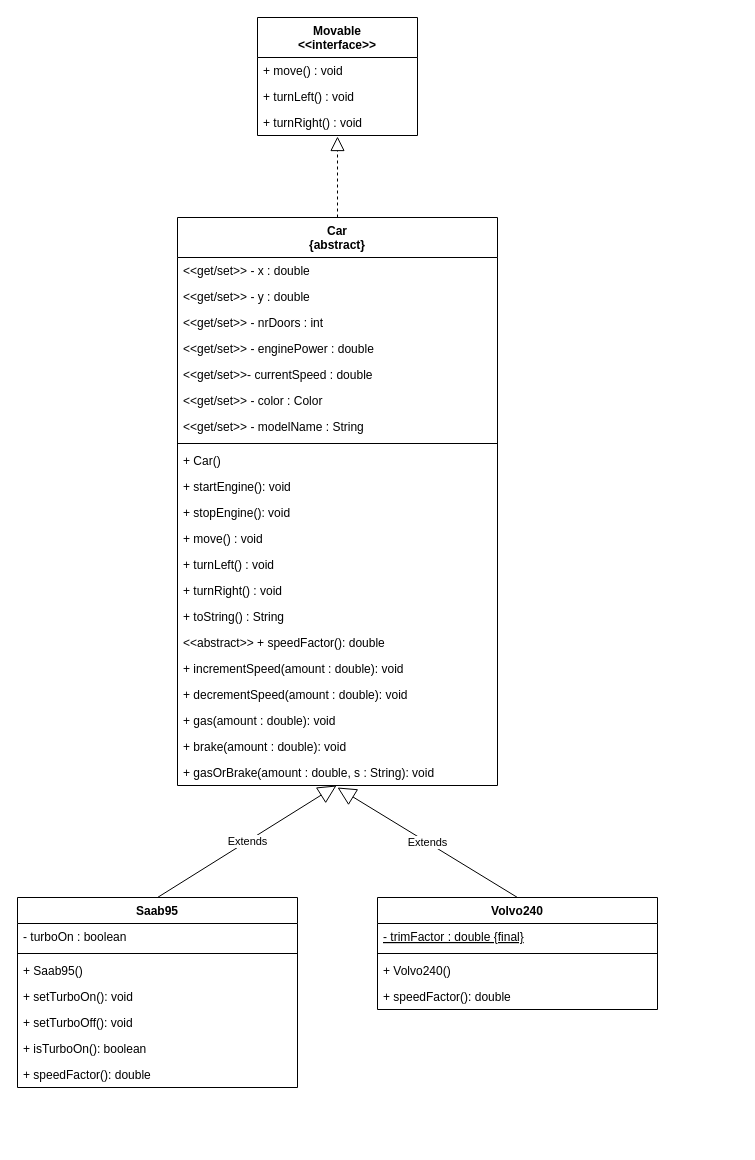
EugeneDvoryankov/DIT953-lab1 keeps this draw.io diagram as Diagram.3.drawio. Above is the earlier version. Source tidied: cells renumbered, new cells numbered last; positions are measured from the earlier drawing's top-left corner, leaving out a move shared by most shapes. Both pictures are drawn from the tidied source at 100%, with x=0, y=0 at pixel (17, 17).
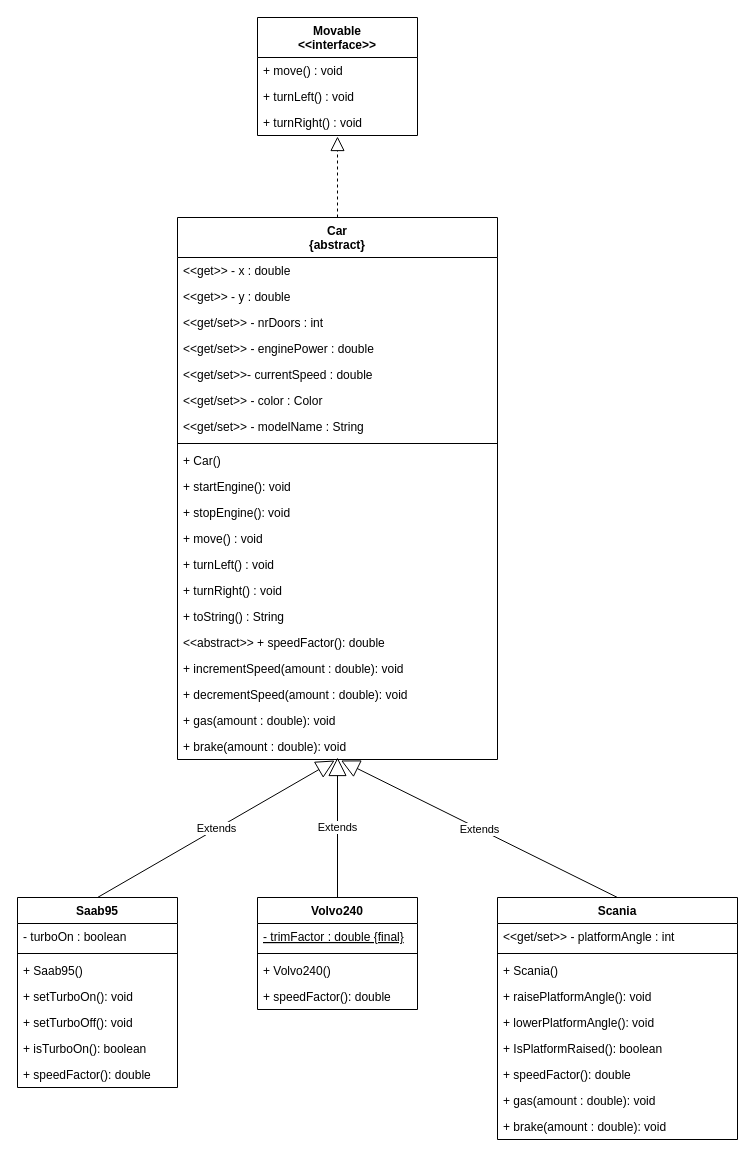
Above is the later version.

Commit message:
Create Diagram for Lab1b

Unchanged cells that the change refers to:
```xml
<mxCell id="26" value="+ brake(amount : double): void" style="text;strokeColor=none;fillColor=none;align=left;verticalAlign=top;spacingLeft=4;spacingRight=4;overflow=hidden;points=[[0,0.5],[1,0.5]];portConstraint=eastwest;" parent="6" vertex="1">
  <mxGeometry y="516" width="320" height="26" as="geometry" />
</mxCell>
```

The edit, as a diff of the source:
```diff
@@
     <mxCell id="6" value="Car&#10;{abstract}&#10;" style="swimlane;fontStyle=1;align=center;verticalAlign=top;horizontal=1;startSize=40;" parent="1" vertex="1">
-      <mxGeometry x="160" y="200" width="320" height="568" as="geometry" />
+      <mxGeometry x="160" y="200" width="320" height="542" as="geometry" />
     </mxCell>
-    <mxCell id="7" value="&lt;&lt;get/set&gt;&gt; - x : double" style="text;strokeColor=none;fillColor=none;align=left;verticalAlign=top;spacingLeft=4;spacingRight=4;overflow=hidden;" parent="6" vertex="1">
+    <mxCell id="7" value="&lt;&lt;get&gt;&gt; - x : double" style="text;strokeColor=none;fillColor=none;align=left;verticalAlign=top;spacingLeft=4;spacingRight=4;overflow=hidden;" parent="6" vertex="1">
       <mxGeometry y="40" width="320" height="26" as="geometry" />
     </mxCell>
-    <mxCell id="8" value="&lt;&lt;get/set&gt;&gt; - y : double" style="text;strokeColor=none;fillColor=none;align=left;verticalAlign=top;spacingLeft=4;spacingRight=4;overflow=hidden;" parent="6" vertex="1">
+    <mxCell id="8" value="&lt;&lt;get&gt;&gt; - y : double" style="text;strokeColor=none;fillColor=none;align=left;verticalAlign=top;spacingLeft=4;spacingRight=4;overflow=hidden;" parent="6" vertex="1">
       <mxGeometry y="66" width="320" height="26" as="geometry" />
     </mxCell>
@@
-    <mxCell id="27" value="+ gasOrBrake(amount : double, s : String): void" style="text;strokeColor=none;fillColor=none;align=left;verticalAlign=top;spacingLeft=4;spacingRight=4;overflow=hidden;points=[[0,0.5],[1,0.5]];portConstraint=eastwest;" parent="6" vertex="1">
-      <mxGeometry y="542" width="320" height="26" as="geometry" />
-    </mxCell>
@@
     <mxCell id="29" value="Saab95" style="swimlane;fontStyle=1;align=center;verticalAlign=top;horizontal=1;startSize=26;" parent="1" vertex="1">
-      <mxGeometry y="880" width="280" height="190" as="geometry" />
+      <mxGeometry y="880" width="160" height="190" as="geometry" />
     </mxCell>
     <mxCell id="30" value="- turboOn : boolean" style="text;strokeColor=none;fillColor=none;align=left;verticalAlign=top;spacingLeft=4;spacingRight=4;overflow=hidden;fontStyle=0;" parent="29" vertex="1">
-      <mxGeometry y="26" width="280" height="26" as="geometry" />
+      <mxGeometry y="26" width="160" height="26" as="geometry" />
     </mxCell>
     <mxCell id="31" style="line;strokeWidth=1;fillColor=none;align=left;verticalAlign=middle;spacingTop=-1;spacingLeft=3;spacingRight=3;labelPosition=right;" parent="29" vertex="1">
-      <mxGeometry y="52" width="280" height="8" as="geometry" />
+      <mxGeometry y="52" width="160" height="8" as="geometry" />
     </mxCell>
     <mxCell id="32" value="+ Saab95()" style="text;strokeColor=none;fillColor=none;align=left;verticalAlign=top;spacingLeft=4;spacingRight=4;overflow=hidden;" parent="29" vertex="1">
-      <mxGeometry y="60" width="280" height="26" as="geometry" />
+      <mxGeometry y="60" width="160" height="26" as="geometry" />
     </mxCell>
     <mxCell id="33" value="+ setTurboOn(): void" style="text;strokeColor=none;fillColor=none;align=left;verticalAlign=top;spacingLeft=4;spacingRight=4;overflow=hidden;" parent="29" vertex="1">
-      <mxGeometry y="86" width="280" height="26" as="geometry" />
+      <mxGeometry y="86" width="160" height="26" as="geometry" />
     </mxCell>
     <mxCell id="34" value="+ setTurboOff(): void" style="text;strokeColor=none;fillColor=none;align=left;verticalAlign=top;spacingLeft=4;spacingRight=4;overflow=hidden;" parent="29" vertex="1">
-      <mxGeometry y="112" width="280" height="26" as="geometry" />
+      <mxGeometry y="112" width="160" height="26" as="geometry" />
     </mxCell>
     <mxCell id="35" value="+ isTurboOn(): boolean" style="text;strokeColor=none;fillColor=none;align=left;verticalAlign=top;spacingLeft=4;spacingRight=4;overflow=hidden;" parent="29" vertex="1">
-      <mxGeometry y="138" width="280" height="26" as="geometry" />
+      <mxGeometry y="138" width="160" height="26" as="geometry" />
     </mxCell>
     <mxCell id="36" value="+ speedFactor(): double" style="text;strokeColor=none;fillColor=none;align=left;verticalAlign=top;spacingLeft=4;spacingRight=4;overflow=hidden;" parent="29" vertex="1">
-      <mxGeometry y="164" width="280" height="26" as="geometry" />
+      <mxGeometry y="164" width="160" height="26" as="geometry" />
     </mxCell>
     <mxCell id="37" value="Volvo240" style="swimlane;fontStyle=1;align=center;verticalAlign=top;horizontal=1;startSize=26;" parent="1" vertex="1">
-      <mxGeometry x="360" y="880" width="280" height="112" as="geometry" />
+      <mxGeometry x="240" y="880" width="160" height="112" as="geometry" />
     </mxCell>
     <mxCell id="38" value="- trimFactor : double {final}" style="text;strokeColor=none;fillColor=none;align=left;verticalAlign=top;spacingLeft=4;spacingRight=4;overflow=hidden;fontStyle=4;" parent="37" vertex="1">
-      <mxGeometry y="26" width="280" height="26" as="geometry" />
+      <mxGeometry y="26" width="160" height="26" as="geometry" />
     </mxCell>
     <mxCell id="39" style="line;strokeWidth=1;fillColor=none;align=left;verticalAlign=middle;spacingTop=-1;spacingLeft=3;spacingRight=3;labelPosition=right;" parent="37" vertex="1">
-      <mxGeometry y="52" width="280" height="8" as="geometry" />
+      <mxGeometry y="52" width="160" height="8" as="geometry" />
     </mxCell>
     <mxCell id="40" value="+ Volvo240()" style="text;strokeColor=none;fillColor=none;align=left;verticalAlign=top;spacingLeft=4;spacingRight=4;overflow=hidden;" parent="37" vertex="1">
-      <mxGeometry y="60" width="280" height="26" as="geometry" />
+      <mxGeometry y="60" width="160" height="26" as="geometry" />
     </mxCell>
     <mxCell id="41" value="+ speedFactor(): double" style="text;strokeColor=none;fillColor=none;align=left;verticalAlign=top;spacingLeft=4;spacingRight=4;overflow=hidden;" parent="37" vertex="1">
-      <mxGeometry y="86" width="280" height="26" as="geometry" />
+      <mxGeometry y="86" width="160" height="26" as="geometry" />
     </mxCell>
     <mxCell id="42" value="Extends" style="endArrow=block;endSize=16;endFill=0;html=1;exitX=0.5;exitY=0;exitDx=0;exitDy=0;" parent="1" edge="1" source="37">
       <mxGeometry relative="1" as="geometry">
-        <mxPoint x="320" y="770" as="targetPoint" />
+        <mxPoint x="320" y="740" as="targetPoint" />
       </mxGeometry>
     </mxCell>
-    <mxCell id="43" value="Extends" style="endArrow=block;endSize=16;endFill=0;html=1;exitX=0.5;exitY=0;exitDx=0;exitDy=0;entryX=0.497;entryY=1;entryDx=0;entryDy=0;entryPerimeter=0;" parent="1" edge="1" target="27">
-      <mxGeometry relative="1" as="geometry">
-        <mxPoint x="140" y="880" as="sourcePoint" />
-      </mxGeometry>
+    <mxCell id="43" value="Extends" style="endArrow=block;endSize=16;endFill=0;html=1;exitX=0.5;exitY=0;exitDx=0;exitDy=0;entryX=0.491;entryY=1.038;entryDx=0;entryDy=0;entryPerimeter=0;" parent="1" edge="1" source="29" target="26">
+      <mxGeometry relative="1" as="geometry" />
     </mxCell>
+    <mxCell id="44" value="Scania" style="swimlane;fontStyle=1;align=center;verticalAlign=top;horizontal=1;startSize=26;" parent="1" vertex="1">
+      <mxGeometry x="480" y="880" width="240" height="242" as="geometry" />
+    </mxCell>
+    <mxCell id="45" value="&lt;&lt;get/set&gt;&gt; - platformAngle : int&#10;" style="text;strokeColor=none;fillColor=none;align=left;verticalAlign=top;spacingLeft=4;spacingRight=4;overflow=hidden;fontStyle=0;" parent="44" vertex="1">
+      <mxGeometry y="26" width="240" height="26" as="geometry" />
+    </mxCell>
+    <mxCell id="46" style="line;strokeWidth=1;fillColor=none;align=left;verticalAlign=middle;spacingTop=-1;spacingLeft=3;spacingRight=3;labelPosition=right;" parent="44" vertex="1">
+      <mxGeometry y="52" width="240" height="8" as="geometry" />
+    </mxCell>
+    <mxCell id="47" value="+ Scania()" style="text;strokeColor=none;fillColor=none;align=left;verticalAlign=top;spacingLeft=4;spacingRight=4;overflow=hidden;" parent="44" vertex="1">
+      <mxGeometry y="60" width="240" height="26" as="geometry" />
+    </mxCell>
+    <mxCell id="48" value="+ raisePlatformAngle(): void" style="text;strokeColor=none;fillColor=none;align=left;verticalAlign=top;spacingLeft=4;spacingRight=4;overflow=hidden;" parent="44" vertex="1">
+      <mxGeometry y="86" width="240" height="26" as="geometry" />
+    </mxCell>
+    <mxCell id="49" value="+ lowerPlatformAngle(): void" style="text;strokeColor=none;fillColor=none;align=left;verticalAlign=top;spacingLeft=4;spacingRight=4;overflow=hidden;" parent="44" vertex="1">
+      <mxGeometry y="112" width="240" height="26" as="geometry" />
+    </mxCell>
+    <mxCell id="50" value="+ IsPlatformRaised(): boolean" style="text;strokeColor=none;fillColor=none;align=left;verticalAlign=top;spacingLeft=4;spacingRight=4;overflow=hidden;" parent="44" vertex="1">
+      <mxGeometry y="138" width="240" height="26" as="geometry" />
+    </mxCell>
+    <mxCell id="51" value="+ speedFactor(): double" style="text;strokeColor=none;fillColor=none;align=left;verticalAlign=top;spacingLeft=4;spacingRight=4;overflow=hidden;" parent="44" vertex="1">
+      <mxGeometry y="164" width="240" height="26" as="geometry" />
+    </mxCell>
+    <mxCell id="52" value="+ gas(amount : double): void" style="text;strokeColor=none;fillColor=none;align=left;verticalAlign=top;spacingLeft=4;spacingRight=4;overflow=hidden;" parent="44" vertex="1">
+      <mxGeometry y="190" width="240" height="26" as="geometry" />
+    </mxCell>
+    <mxCell id="53" value="+ brake(amount : double): void" style="text;strokeColor=none;fillColor=none;align=left;verticalAlign=top;spacingLeft=4;spacingRight=4;overflow=hidden;" parent="44" vertex="1">
+      <mxGeometry y="216" width="240" height="26" as="geometry" />
+    </mxCell>
+    <mxCell id="54" value="Extends" style="endArrow=block;endSize=16;endFill=0;html=1;exitX=0.5;exitY=0;exitDx=0;exitDy=0;entryX=0.511;entryY=1.038;entryDx=0;entryDy=0;entryPerimeter=0;" parent="1" edge="1" source="44" target="26">
+      <mxGeometry relative="1" as="geometry" />
+    </mxCell>
```
